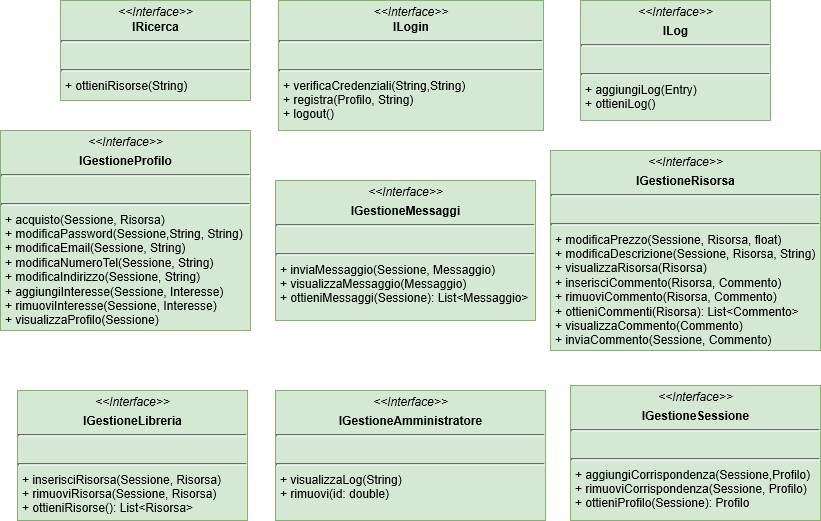
This is Progetto Dettaglio Alexandria/Controller.png from SundavarBlaka/Alexandria, a draw.io export, as it was before one commit. Source tidied: cells renumbered, new cells last; positions are measured from the earlier drawing's top-left corner, leaving out a move shared by most shapes.
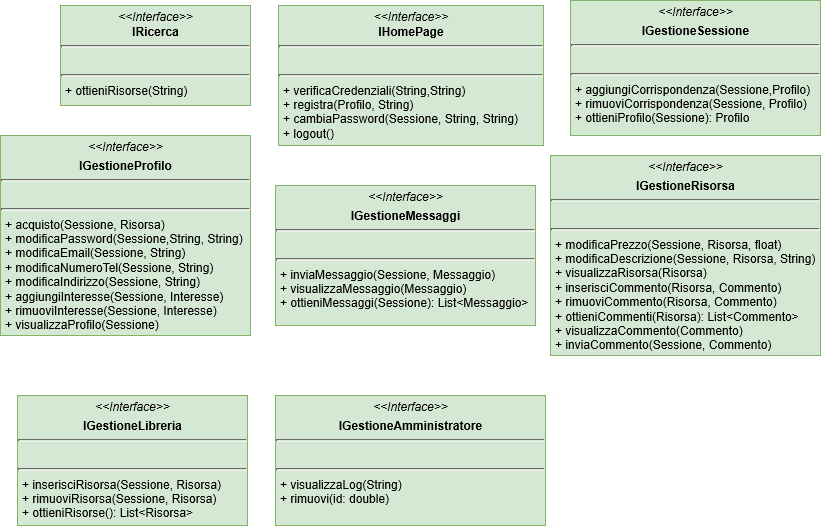
After the commit.

Change to the diagram source:
```diff
@@ -5,12 +5,9 @@
     <mxCell id="2" value="&lt;p style=&quot;margin: 0px ; margin-top: 4px ; text-align: center&quot;&gt;&lt;i&gt;&amp;lt;&amp;lt;Interface&amp;gt;&amp;gt;&lt;/i&gt;&lt;br&gt;&lt;b&gt;IRicerca&lt;/b&gt;&lt;/p&gt;&lt;hr size=&quot;1&quot;&gt;&lt;p style=&quot;margin: 0px ; margin-left: 4px&quot;&gt;&lt;br&gt;&lt;/p&gt;&lt;hr size=&quot;1&quot;&gt;&lt;p style=&quot;margin: 0px ; margin-left: 4px&quot;&gt;+ ottieniRisorse(String)&lt;/p&gt;" style="verticalAlign=top;align=left;overflow=fill;fontSize=12;fontFamily=Helvetica;html=1;fillColor=#d5e8d4;strokeColor=#82b366;" parent="1" vertex="1">
       <mxGeometry x="60" width="190" height="100" as="geometry" />
     </mxCell>
-    <mxCell id="3" value="&lt;p style=&quot;margin: 0px ; margin-top: 4px ; text-align: center&quot;&gt;&lt;i&gt;&amp;lt;&amp;lt;Interface&amp;gt;&amp;gt;&lt;/i&gt;&lt;br&gt;&lt;b&gt;ILogin&lt;/b&gt;&lt;/p&gt;&lt;hr size=&quot;1&quot;&gt;&lt;p style=&quot;margin: 0px ; margin-left: 4px&quot;&gt;&lt;br&gt;&lt;/p&gt;&lt;hr size=&quot;1&quot;&gt;&lt;p style=&quot;margin: 0px ; margin-left: 4px&quot;&gt;+ verificaCredenziali(String,String)&lt;/p&gt;&lt;p style=&quot;margin: 0px ; margin-left: 4px&quot;&gt;&lt;span&gt;+ registra(Profilo, String)&lt;/span&gt;&lt;br&gt;&lt;/p&gt;&lt;p style=&quot;margin: 0px ; margin-left: 4px&quot;&gt;+ logout()&lt;/p&gt;" style="verticalAlign=top;align=left;overflow=fill;fontSize=12;fontFamily=Helvetica;html=1;fillColor=#d5e8d4;strokeColor=#82b366;" parent="1" vertex="1">
-      <mxGeometry x="278" width="265" height="130" as="geometry" />
+    <mxCell id="3" value="&lt;p style=&quot;margin: 0px ; margin-top: 4px ; text-align: center&quot;&gt;&lt;i&gt;&amp;lt;&amp;lt;Interface&amp;gt;&amp;gt;&lt;/i&gt;&lt;br&gt;&lt;b&gt;IHomePage&lt;/b&gt;&lt;/p&gt;&lt;hr size=&quot;1&quot;&gt;&lt;p style=&quot;margin: 0px ; margin-left: 4px&quot;&gt;&lt;br&gt;&lt;/p&gt;&lt;hr size=&quot;1&quot;&gt;&lt;p style=&quot;margin: 0px ; margin-left: 4px&quot;&gt;+ verificaCredenziali(String,String)&lt;/p&gt;&lt;p style=&quot;margin: 0px ; margin-left: 4px&quot;&gt;&lt;span&gt;+ registra(Profilo, String)&lt;/span&gt;&lt;/p&gt;&lt;p style=&quot;margin: 0px ; margin-left: 4px&quot;&gt;+ cambiaPassword(Sessione, String, String)&lt;/p&gt;&lt;p style=&quot;margin: 0px ; margin-left: 4px&quot;&gt;+ logout()&lt;/p&gt;" style="verticalAlign=top;align=left;overflow=fill;fontSize=12;fontFamily=Helvetica;html=1;fillColor=#d5e8d4;strokeColor=#82b366;" parent="1" vertex="1">
+      <mxGeometry x="278" width="265" height="140" as="geometry" />
     </mxCell>
-    <mxCell id="4" value="&lt;p style=&quot;margin: 0px ; margin-top: 4px ; text-align: center&quot;&gt;&lt;i&gt;&amp;lt;&amp;lt;Interface&amp;gt;&amp;gt;&lt;/i&gt;&lt;/p&gt;&lt;p style=&quot;margin: 0px ; margin-top: 4px ; text-align: center&quot;&gt;&lt;b&gt;ILog&lt;/b&gt;&lt;/p&gt;&lt;hr size=&quot;1&quot;&gt;&lt;p style=&quot;margin: 0px ; margin-left: 4px&quot;&gt;&lt;br&gt;&lt;/p&gt;&lt;hr size=&quot;1&quot;&gt;&lt;p style=&quot;margin: 0px ; margin-left: 4px&quot;&gt;+ aggiungiLog(Entry)&lt;/p&gt;&lt;p style=&quot;margin: 0px ; margin-left: 4px&quot;&gt;+ ottieniLog()&lt;/p&gt;" style="verticalAlign=top;align=left;overflow=fill;fontSize=12;fontFamily=Helvetica;html=1;fillColor=#d5e8d4;strokeColor=#82b366;" parent="1" vertex="1">
-      <mxGeometry x="580" width="190" height="120" as="geometry" />
-    </mxCell>
     <mxCell id="5" value="&lt;p style=&quot;margin: 0px ; margin-top: 4px ; text-align: center&quot;&gt;&lt;i&gt;&amp;lt;&amp;lt;Interface&amp;gt;&amp;gt;&lt;/i&gt;&lt;/p&gt;&lt;p style=&quot;margin: 0px ; margin-top: 4px ; text-align: center&quot;&gt;&lt;b&gt;IGestioneProfilo&lt;/b&gt;&lt;/p&gt;&lt;hr size=&quot;1&quot;&gt;&lt;p style=&quot;margin: 0px ; margin-left: 4px&quot;&gt;&lt;br&gt;&lt;/p&gt;&lt;hr size=&quot;1&quot;&gt;&lt;p style=&quot;margin: 0px ; margin-left: 4px&quot;&gt;+ acquisto(Sessione, Risorsa)&lt;/p&gt;&lt;p style=&quot;margin: 0px ; margin-left: 4px&quot;&gt;+ modificaPassword(Sessione,String, String)&lt;/p&gt;&lt;p style=&quot;margin: 0px ; margin-left: 4px&quot;&gt;+ modificaEmail(&lt;span&gt;Sessione&lt;/span&gt;, String)&lt;/p&gt;&lt;p style=&quot;margin: 0px ; margin-left: 4px&quot;&gt;+ modificaNumeroTel(&lt;span&gt;Sessione&lt;/span&gt;, String)&lt;/p&gt;&lt;p style=&quot;margin: 0px ; margin-left: 4px&quot;&gt;+ modificaIndirizzo(&lt;span&gt;Sessione&lt;/span&gt;, String)&lt;/p&gt;&lt;p style=&quot;margin: 0px ; margin-left: 4px&quot;&gt;+ aggiungiInteresse(&lt;span&gt;Sessione&lt;/span&gt;, Interesse)&lt;/p&gt;&lt;p style=&quot;margin: 0px ; margin-left: 4px&quot;&gt;+ rimuoviInteresse(&lt;span&gt;Sessione&lt;/span&gt;, Interesse)&lt;/p&gt;&lt;p style=&quot;margin: 0px ; margin-left: 4px&quot;&gt;+ visualizzaProfilo(&lt;span&gt;Sessione&lt;/span&gt;)&lt;/p&gt;" style="verticalAlign=top;align=left;overflow=fill;fontSize=12;fontFamily=Helvetica;html=1;fillColor=#d5e8d4;strokeColor=#82b366;" parent="1" vertex="1">
       <mxGeometry y="130" width="250" height="200" as="geometry" />
     </mxCell>
@@ -27,7 +24,7 @@
       <mxGeometry x="275" y="390" width="270" height="130" as="geometry" />
     </mxCell>
     <mxCell id="10" value="&lt;p style=&quot;margin: 0px ; margin-top: 4px ; text-align: center&quot;&gt;&lt;i&gt;&amp;lt;&amp;lt;Interface&amp;gt;&amp;gt;&lt;/i&gt;&lt;/p&gt;&lt;p style=&quot;margin: 0px ; margin-top: 4px ; text-align: center&quot;&gt;&lt;b&gt;IGestioneSessione&lt;/b&gt;&lt;/p&gt;&lt;hr size=&quot;1&quot;&gt;&lt;p style=&quot;margin: 0px ; margin-left: 4px&quot;&gt;&lt;br&gt;&lt;/p&gt;&lt;hr size=&quot;1&quot;&gt;&lt;p style=&quot;margin: 0px ; margin-left: 4px&quot;&gt;+ aggiungiCorrispondenza(Sessione,Profilo)&lt;/p&gt;&lt;p style=&quot;margin: 0px ; margin-left: 4px&quot;&gt;+ rimuoviCorrispondenza(Sessione, Profilo)&lt;/p&gt;&lt;p style=&quot;margin: 0px ; margin-left: 4px&quot;&gt;+ ottieniProfilo(Sessione): Profilo&lt;/p&gt;" style="verticalAlign=top;align=left;overflow=fill;fontSize=12;fontFamily=Helvetica;html=1;fillColor=#d5e8d4;strokeColor=#82b366;" parent="1" vertex="1">
-      <mxGeometry x="570" y="385" width="250" height="135" as="geometry" />
+      <mxGeometry x="570" y="-5" width="250" height="135" as="geometry" />
     </mxCell>
   </root>
 </mxGraphModel>
```
